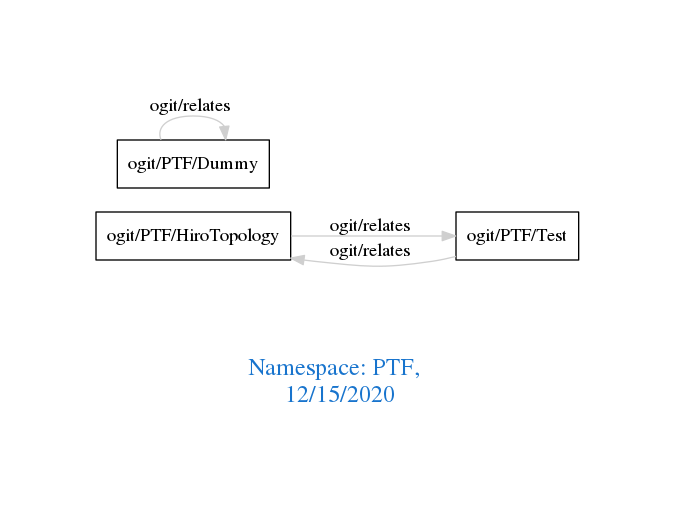
Earlier version of the Graphviz export downloads/PTF.png (arago/OGIT). Its source is kept beside it as downloads/PTF.dot.
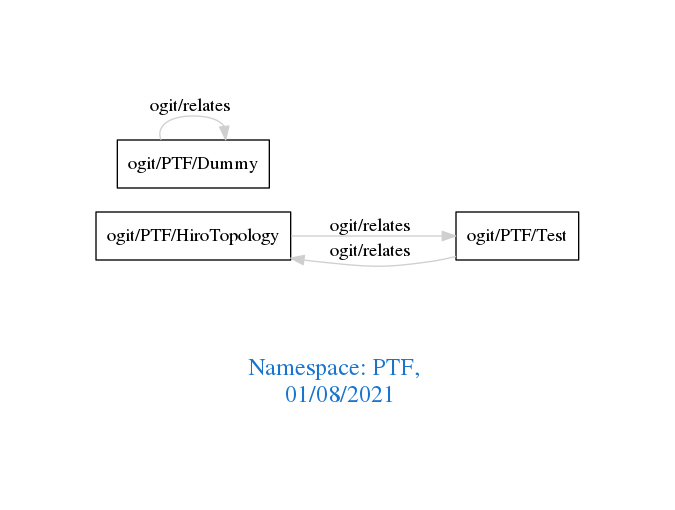
Later version of the same file.

The edit, as a diff of the source:
```diff
@@ -1,7 +1,7 @@
 digraph OGIT_ontology {
  graph [ rankdir= LR,pad=1
 fontsize = 18,
-fontcolor= dodgerblue3,label = "\n\n\nNamespace: PTF, \n 12/15/2020"];
+fontcolor= dodgerblue3,label = "\n\n\nNamespace: PTF, \n 01/08/2021"];
 node[shape=polygon];
 edge [  color="gray81"];
 
```
